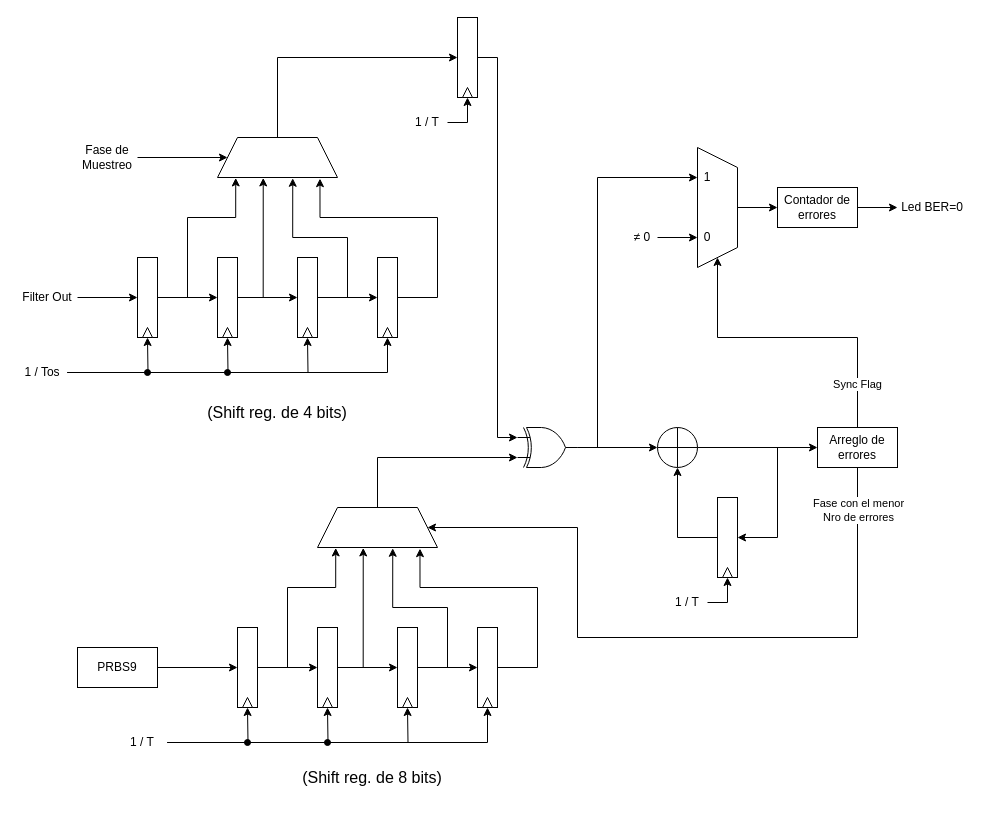
Above: TP4/ber.drawio in Ruben-Zuniga/Introduccion-al-Disenio-Digital (draw.io), before the change. Source tidied: cells renumbered, new cells numbered last; positions are measured from the earlier drawing's top-left corner, leaving out a move shared by most shapes. Both pictures are drawn from the tidied source at 100%, with x=0, y=0 at pixel (17, 17).
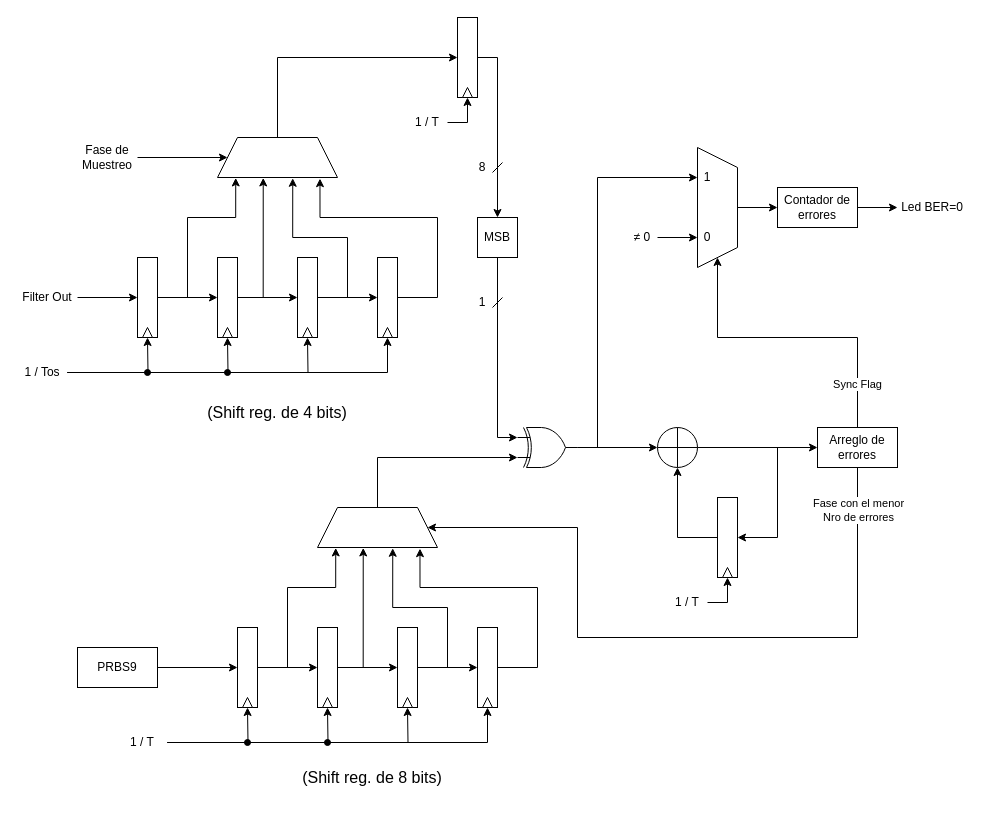
After the change.

Commit message (it also covers changes not shown here):
modificado esquemas

The change refers to these unchanged cells:
```xml
<mxCell id="26" style="rounded=0;whiteSpace=wrap;html=1;" parent="1" vertex="1">
  <mxGeometry x="440" width="20" height="80" as="geometry" />
</mxCell>
<mxCell id="31" style="verticalLabelPosition=bottom;shadow=0;dashed=0;align=center;html=1;verticalAlign=top;shape=mxgraph.electrical.logic_gates.logic_gate;operation=xor;direction=east;" parent="1" vertex="1">
  <mxGeometry x="500" y="410" width="60" height="40" as="geometry" />
</mxCell>
```

Diff of the diagram source:
```diff
@@
+    <mxCell id="88" style="edgeStyle=orthogonalEdgeStyle;rounded=0;jettySize=auto;html=1;entryX=0.5;entryY=0;entryDx=0;entryDy=0;" parent="1" edge="1" source="26" target="89">
+      <mxGeometry relative="1" as="geometry">
+        <Array as="points">
+          <mxPoint x="480" y="40" />
+        </Array>
+      </mxGeometry>
+    </mxCell>
@@
-    <mxCell id="59" style="edgeStyle=orthogonalEdgeStyle;rounded=0;jettySize=auto;html=1;entryX=0;entryY=0.25;entryDx=0;entryDy=0;entryPerimeter=0;" parent="1" edge="1" source="26" target="31">
-      <mxGeometry relative="1" as="geometry" />
-    </mxCell>
@@
+    <mxCell id="89" value="MSB" style="rounded=0;whiteSpace=wrap;html=1;" parent="1" vertex="1">
+      <mxGeometry x="460" y="200" width="40" height="40" as="geometry" />
+    </mxCell>
+    <mxCell id="90" style="edgeStyle=orthogonalEdgeStyle;rounded=0;jettySize=auto;html=1;entryX=0;entryY=0.25;entryDx=0;entryDy=0;entryPerimeter=0;" parent="1" edge="1" source="89" target="31">
+      <mxGeometry relative="1" as="geometry" />
+    </mxCell>
+    <mxCell id="91" style="endArrow=none;html=1;rounded=0;" parent="1" edge="1">
+      <mxGeometry relative="1" as="geometry">
+        <mxPoint x="475" y="155" as="sourcePoint" />
+        <mxPoint x="485" y="145" as="targetPoint" />
+      </mxGeometry>
+    </mxCell>
+    <mxCell id="92" value="8" style="text;html=1;whiteSpace=wrap;strokeColor=none;fillColor=none;align=center;verticalAlign=middle;rounded=0;" parent="1" vertex="1">
+      <mxGeometry x="455" y="140" width="20" height="20" as="geometry" />
+    </mxCell>
+    <mxCell id="93" style="endArrow=none;html=1;rounded=0;" parent="1" edge="1">
+      <mxGeometry relative="1" as="geometry">
+        <mxPoint x="475" y="290" as="sourcePoint" />
+        <mxPoint x="485" y="280" as="targetPoint" />
+      </mxGeometry>
+    </mxCell>
+    <mxCell id="94" value="1" style="text;html=1;whiteSpace=wrap;strokeColor=none;fillColor=none;align=center;verticalAlign=middle;rounded=0;" parent="1" vertex="1">
+      <mxGeometry x="455" y="275" width="20" height="20" as="geometry" />
+    </mxCell>
```
